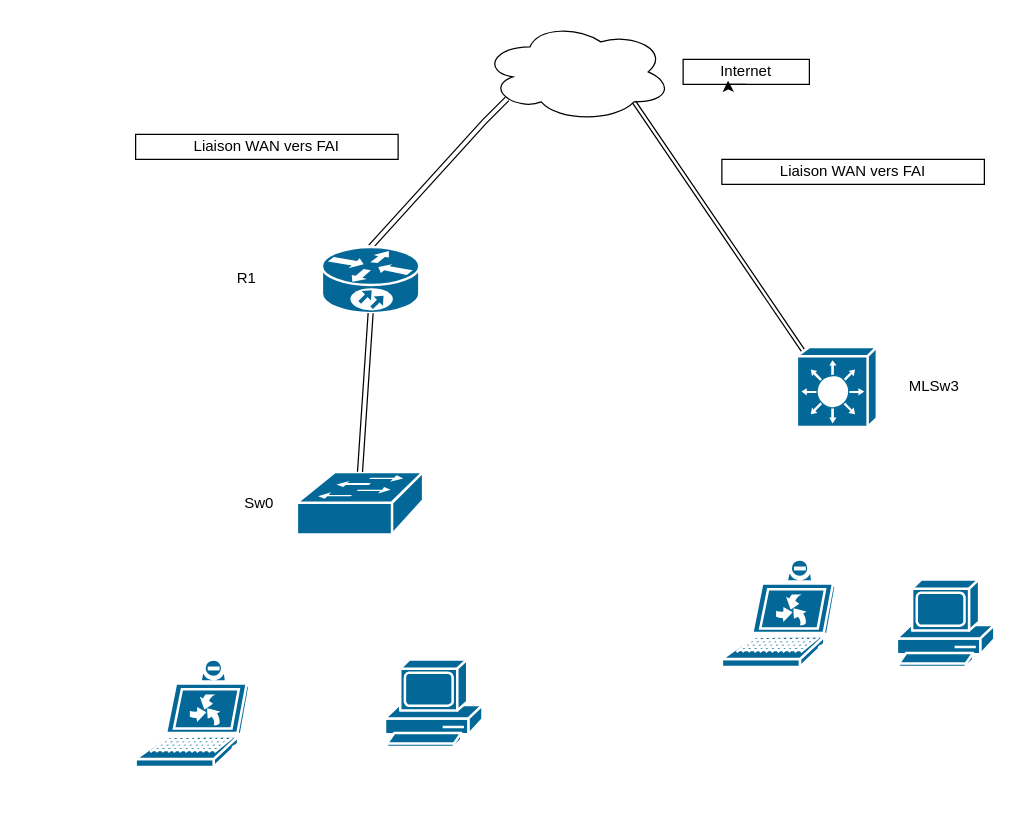
bhouetognon-svg/reseau-tp-packet-tracer-Switch-Niveau3 keeps this draw.io diagram as TP_SWN3.drawio. Above is the earlier version. Source tidied: cells renumbered, new cells numbered last; positions are measured from the earlier drawing's top-left corner, leaving out a move shared by most shapes. Both pictures are drawn from the tidied source at 125%, with x=0, y=0 at pixel (135, 21).
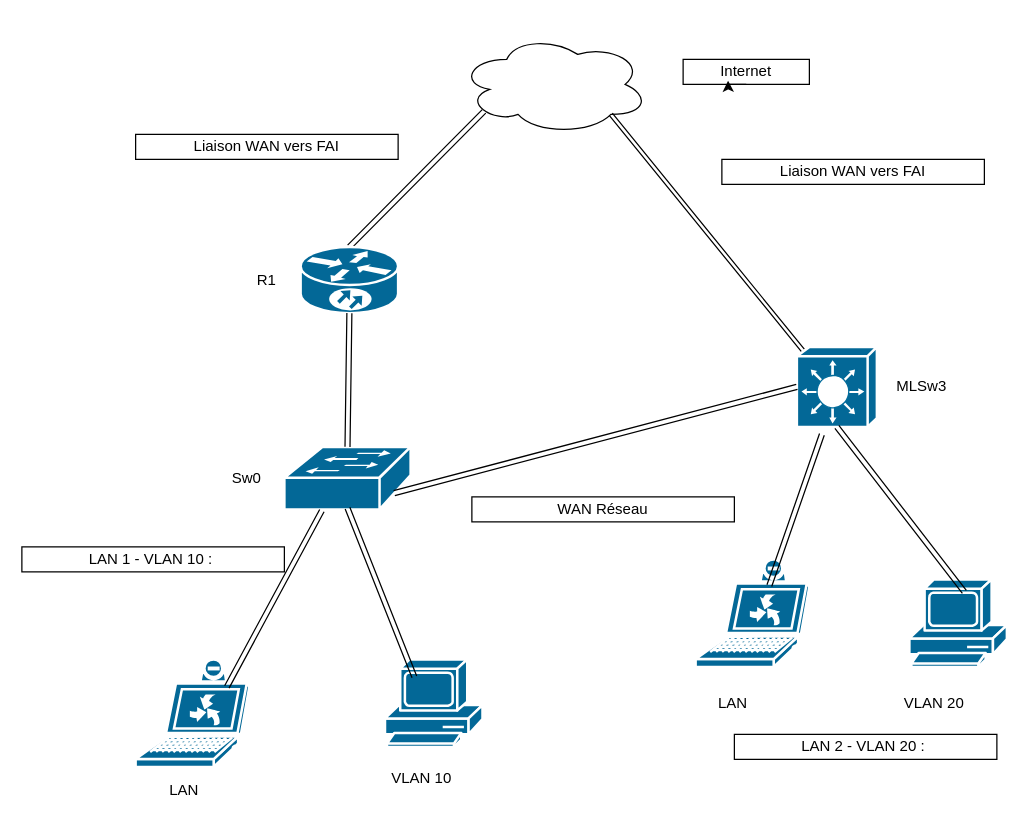
The same page after the edit.

Commit message:
Mettre à jour TP_SWN3.drawio

The change refers to these unchanged cells:
```xml
<mxCell id="11" style="strokeColor=#ffffff;sketch=0;html=1;dashed=0;fillColor=#036897;strokeWidth=2;verticalLabelPosition=bottom;verticalAlign=top;align=center;outlineConnect=0;shape=mxgraph.cisco.switches.layer_3_switch;labelPerimeter=1;" parent="1" vertex="1">
  <mxGeometry x="529" y="260" width="64" height="64" as="geometry" />
</mxCell>
<mxCell id="16" style="sketch=0;html=1;dashed=0;fillColor=#036897;strokeColor=#ffffff;strokeWidth=2;verticalLabelPosition=bottom;verticalAlign=top;align=center;outlineConnect=0;shape=mxgraph.cisco.computers_and_peripherals.upc;labelPerimeter=1;" parent="1" vertex="1">
  <mxGeometry y="510" width="91" height="86" as="geometry" />
</mxCell>
<mxCell id="17" style="sketch=0;html=1;dashed=0;fillColor=#036897;strokeColor=#ffffff;strokeWidth=2;verticalLabelPosition=bottom;verticalAlign=top;align=center;outlineConnect=0;shape=mxgraph.cisco.computers_and_peripherals.pc;labelPerimeter=1;" parent="1" vertex="1">
  <mxGeometry x="199.5" y="510" width="78" height="70" as="geometry" />
</mxCell>
```

What changed in the source:
```diff
@@
     <mxCell id="2" style="shape=link;html=1;rounded=0;defaultLabelBackgroundColor=page;entryX=0.13;entryY=0.77;entryDx=0;entryDy=0;entryPerimeter=0;exitX=0.5;exitY=0;exitDx=0;exitDy=0;exitPerimeter=0;" parent="1" edge="1" source="8" target="4">
-      <mxGeometry x="0.28" relative="1" as="geometry">
-        <Array as="points">
-          <mxPoint x="279" y="79.8" />
-        </Array>
-      </mxGeometry>
+      <mxGeometry x="0.28" relative="1" as="geometry" />
     </mxCell>
@@
     <mxCell id="4" style="ellipse;shape=cloud;whiteSpace=wrap;html=1;perimeter=cloudPerimeter;" parent="1" vertex="1">
-      <mxGeometry x="277.5" width="151.5" height="80" as="geometry" />
+      <mxGeometry x="259" y="10" width="151.5" height="80" as="geometry" />
     </mxCell>
@@
     <mxCell id="8" style="strokeColor=#ffffff;sketch=0;html=1;dashed=0;fillColor=#036897;strokeWidth=2;verticalLabelPosition=bottom;verticalAlign=top;align=center;outlineConnect=0;shape=mxgraph.cisco.routers.10700;labelPerimeter=1;" parent="1" vertex="1">
-      <mxGeometry x="149" y="180" width="78" height="53" as="geometry" />
+      <mxGeometry x="132" y="180" width="78" height="53" as="geometry" />
     </mxCell>
     <mxCell id="9" style="strokeColor=#ffffff;sketch=0;html=1;dashed=0;fillColor=#036897;strokeWidth=2;verticalLabelPosition=bottom;verticalAlign=top;align=center;outlineConnect=0;shape=mxgraph.cisco.switches.workgroup_switch;labelPerimeter=1;" parent="1" vertex="1">
-      <mxGeometry x="129" y="360" width="101" height="50" as="geometry" />
+      <mxGeometry x="119" y="340" width="101" height="50" as="geometry" />
     </mxCell>
@@
     <mxCell id="12" value="MLSw3" style="text;html=1;whiteSpace=wrap;strokeColor=none;fillColor=none;align=center;verticalAlign=middle;rounded=0;" parent="1" vertex="1">
-      <mxGeometry x="609" y="277" width="60" height="30" as="geometry" />
+      <mxGeometry x="599" y="277" width="60" height="30" as="geometry" />
     </mxCell>
     <mxCell id="13" value="R1" style="text;html=1;whiteSpace=wrap;strokeColor=none;fillColor=none;align=center;verticalAlign=middle;rounded=0;" parent="1" vertex="1">
-      <mxGeometry x="59" y="190" width="60" height="30" as="geometry" />
+      <mxGeometry x="75" y="191.5" width="60" height="30" as="geometry" />
     </mxCell>
     <mxCell id="14" value="Sw0" style="text;html=1;whiteSpace=wrap;strokeColor=none;fillColor=none;align=center;verticalAlign=middle;rounded=0;" parent="1" vertex="1">
-      <mxGeometry x="69" y="370" width="60" height="30" as="geometry" />
+      <mxGeometry x="59" y="350" width="60" height="30" as="geometry" />
     </mxCell>
@@
     <mxCell id="18" style="sketch=0;html=1;dashed=0;fillColor=#036897;strokeColor=#ffffff;strokeWidth=2;verticalLabelPosition=bottom;verticalAlign=top;align=center;outlineConnect=0;shape=mxgraph.cisco.computers_and_peripherals.upc;labelPerimeter=1;" parent="1" vertex="1">
-      <mxGeometry x="469" y="430" width="91" height="86" as="geometry" />
+      <mxGeometry x="448" y="430" width="91" height="86" as="geometry" />
     </mxCell>
     <mxCell id="19" style="sketch=0;html=1;dashed=0;fillColor=#036897;strokeColor=#ffffff;strokeWidth=2;verticalLabelPosition=bottom;verticalAlign=top;align=center;outlineConnect=0;shape=mxgraph.cisco.computers_and_peripherals.pc;labelPerimeter=1;" parent="1" vertex="1">
-      <mxGeometry x="609" y="446" width="78" height="70" as="geometry" />
+      <mxGeometry x="619" y="446" width="78" height="70" as="geometry" />
     </mxCell>
+    <mxCell id="20" value="LAN" style="text;html=1;whiteSpace=wrap;strokeColor=none;fillColor=none;align=center;verticalAlign=middle;rounded=0;" parent="1" vertex="1">
+      <mxGeometry x="9" y="600" width="60" height="30" as="geometry" />
+    </mxCell>
+    <mxCell id="21" value="VLAN 10" style="text;html=1;whiteSpace=wrap;strokeColor=none;fillColor=none;align=center;verticalAlign=middle;rounded=0;" parent="1" vertex="1">
+      <mxGeometry x="199" y="590" width="60" height="30" as="geometry" />
+    </mxCell>
+    <mxCell id="22" value="LAN" style="text;html=1;whiteSpace=wrap;strokeColor=none;fillColor=none;align=center;verticalAlign=middle;rounded=0;" parent="1" vertex="1">
+      <mxGeometry x="448" y="530" width="60" height="30" as="geometry" />
+    </mxCell>
+    <mxCell id="23" value="VLAN 20" style="text;html=1;whiteSpace=wrap;strokeColor=none;fillColor=none;align=center;verticalAlign=middle;rounded=0;" parent="1" vertex="1">
+      <mxGeometry x="609" y="530" width="60" height="30" as="geometry" />
+    </mxCell>
+    <mxCell id="24" style="shape=link;html=1;rounded=0;defaultLabelBackgroundColor=page;exitX=0.802;exitY=0.256;exitDx=0;exitDy=0;exitPerimeter=0;width=4;entryX=0.297;entryY=1.02;entryDx=0;entryDy=0;entryPerimeter=0;" parent="1" edge="1" source="16" target="9">
+      <mxGeometry x="0.32" relative="1" as="geometry" />
+    </mxCell>
+    <mxCell id="25" style="shape=link;html=1;rounded=0;defaultLabelBackgroundColor=page;entryX=0.5;entryY=0.98;entryDx=0;entryDy=0;entryPerimeter=0;exitX=0.301;exitY=0.2;exitDx=0;exitDy=0;exitPerimeter=0;width=4;" parent="1" edge="1" source="17" target="9">
+      <mxGeometry x="0.31" relative="1" as="geometry" />
+    </mxCell>
+    <mxCell id="26" style="shape=link;html=1;rounded=0;defaultLabelBackgroundColor=page;entryX=0.313;entryY=1.094;entryDx=0;entryDy=0;entryPerimeter=0;exitX=0.648;exitY=0.244;exitDx=0;exitDy=0;exitPerimeter=0;width=4;" parent="1" edge="1" source="18" target="11">
+      <mxGeometry x="0.31" relative="1" as="geometry" />
+    </mxCell>
+    <mxCell id="27" style="shape=link;html=1;rounded=0;defaultLabelBackgroundColor=page;exitX=0.564;exitY=0.143;exitDx=0;exitDy=0;exitPerimeter=0;width=4;entryX=0.5;entryY=1;entryDx=0;entryDy=0;entryPerimeter=0;" parent="1" edge="1" source="19" target="11">
+      <mxGeometry x="0.31" relative="1" as="geometry" />
+    </mxCell>
+    <mxCell id="28" style="shape=link;html=1;rounded=0;defaultLabelBackgroundColor=page;exitX=0.87;exitY=0.74;exitDx=0;exitDy=0;exitPerimeter=0;width=4;entryX=0;entryY=0.5;entryDx=0;entryDy=0;entryPerimeter=0;" parent="1" edge="1" source="9" target="11">
+      <mxGeometry x="0.31" relative="1" as="geometry" />
+    </mxCell>
+    <mxCell id="29" value="WAN Réseau" style="whiteSpace=wrap;html=1;" parent="1" vertex="1">
+      <mxGeometry x="269" y="380" width="210" height="20" as="geometry" />
+    </mxCell>
+    <mxCell id="30" value="LAN 1 - VLAN 10 :&amp;nbsp;" style="whiteSpace=wrap;html=1;" parent="1" vertex="1">
+      <mxGeometry x="-91" y="420" width="210" height="20" as="geometry" />
+    </mxCell>
+    <mxCell id="31" value="LAN 2 - VLAN 20 :&amp;nbsp;" style="whiteSpace=wrap;html=1;" parent="1" vertex="1">
+      <mxGeometry x="479" y="570" width="210" height="20" as="geometry" />
+    </mxCell>
```
